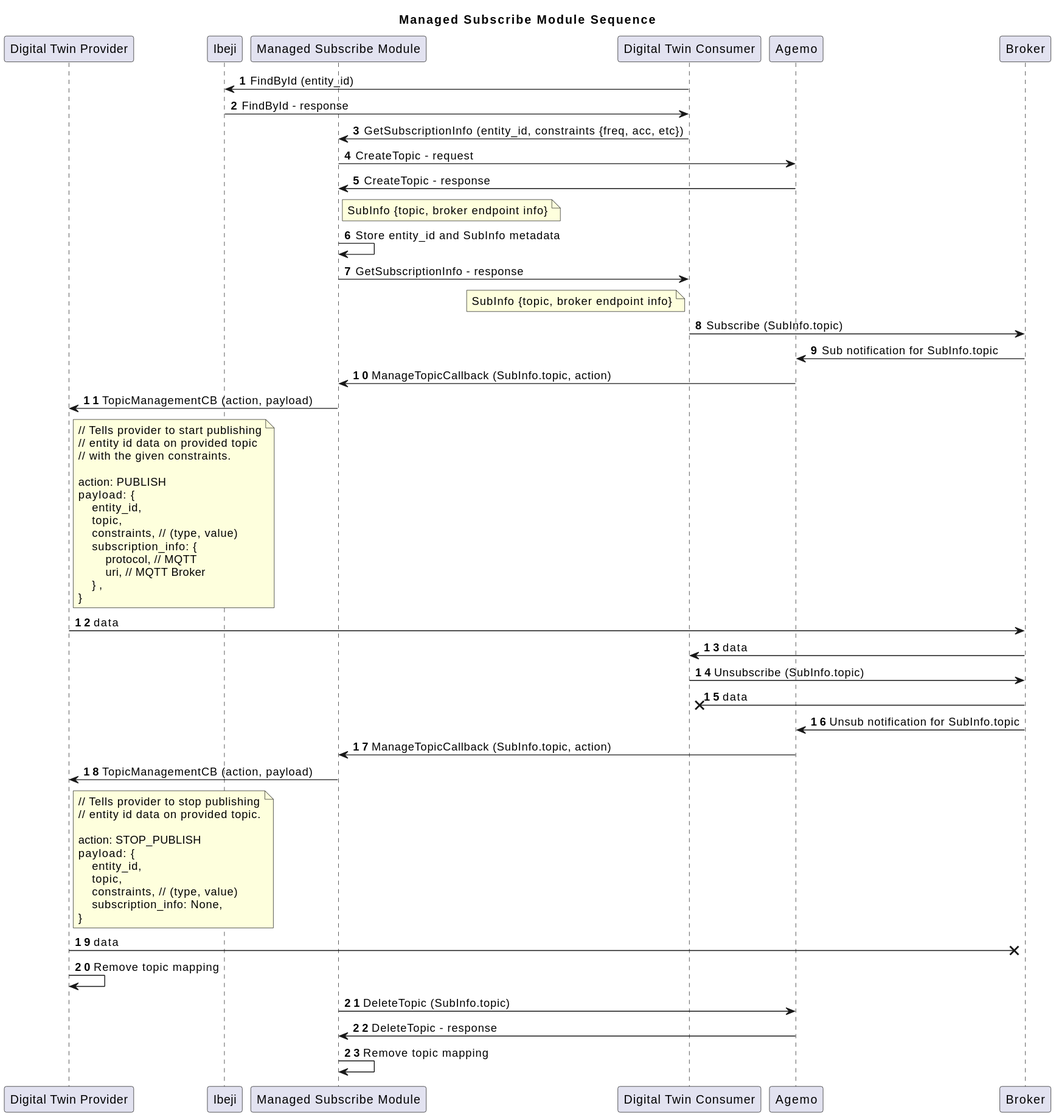
eclipse-ibeji/ibeji keeps this PlantUML diagram as docs/design/diagrams/managed_subscribe_module_sequence.svg. Above is the earlier version.
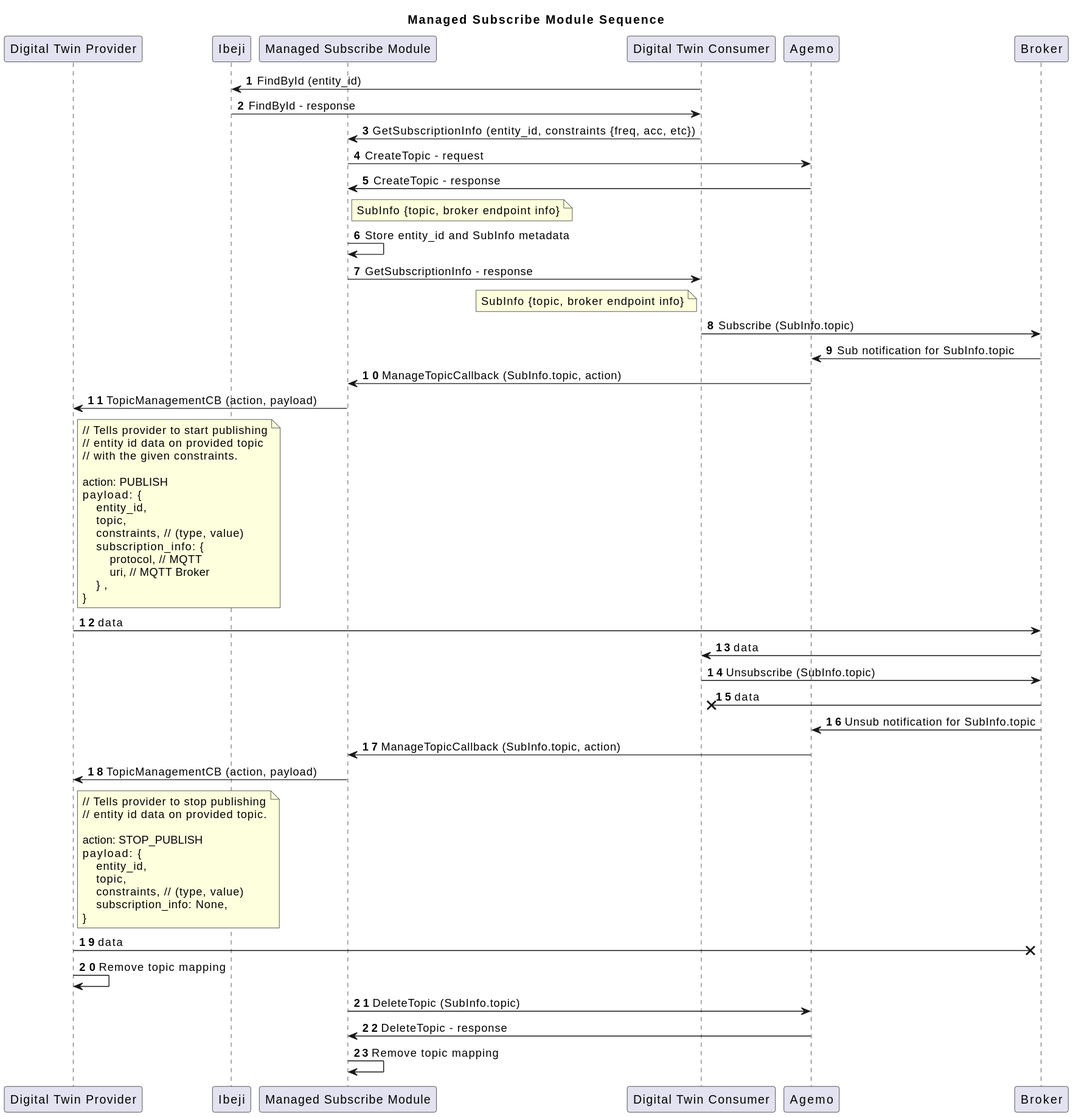
The same diagram one commit later.

The edit, as a diff of the source:
```diff
@@ -1,4 +1,4 @@
-@startuml Managed Subscribe Module
+@startuml
 title Managed Subscribe Module Sequence
 participant "Digital Twin Provider" as DTProvider
 participant Ibeji
```
